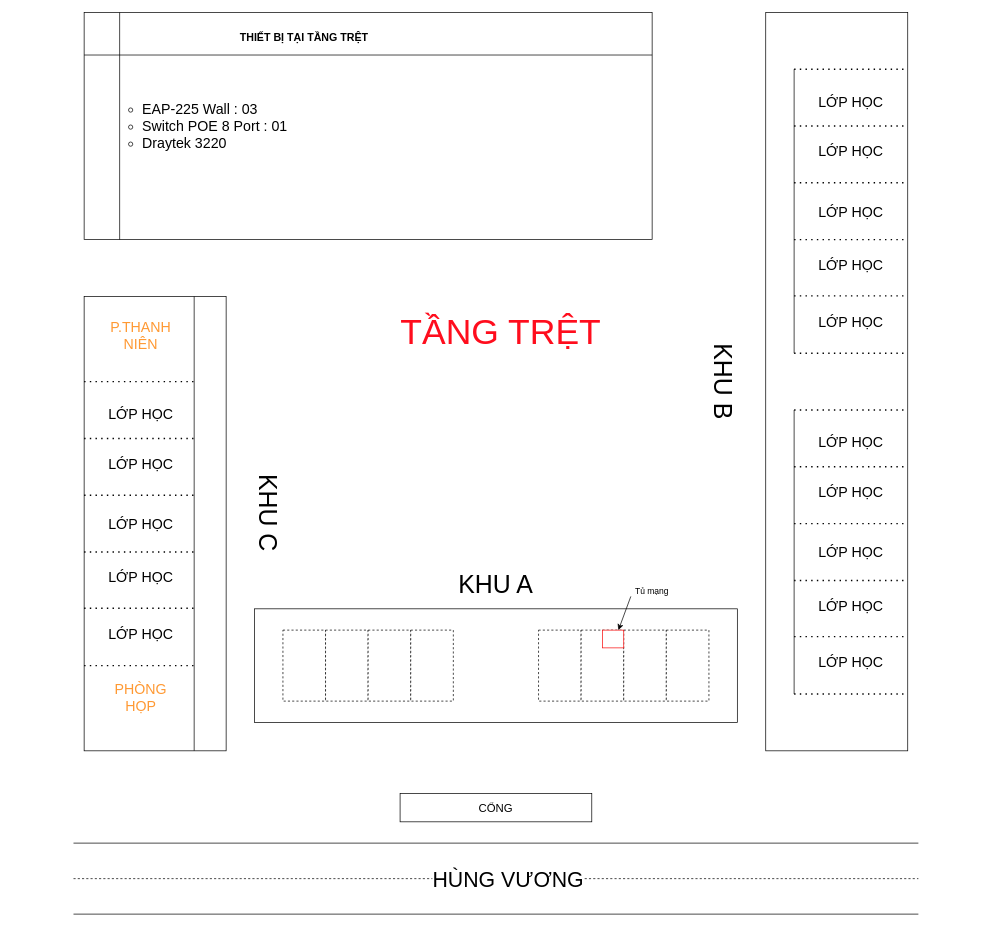
Above: Biểu đồ không có tiêu đề.drawio in TroiNguy3n/nguyendinhchieu (draw.io), before the change. Source tidied: cells renumbered, new cells numbered last; positions are measured from the earlier drawing's top-left corner, leaving out a move shared by most shapes. Both pictures are drawn from the tidied source at 71%, with x=0, y=0 at pixel (73, 12).
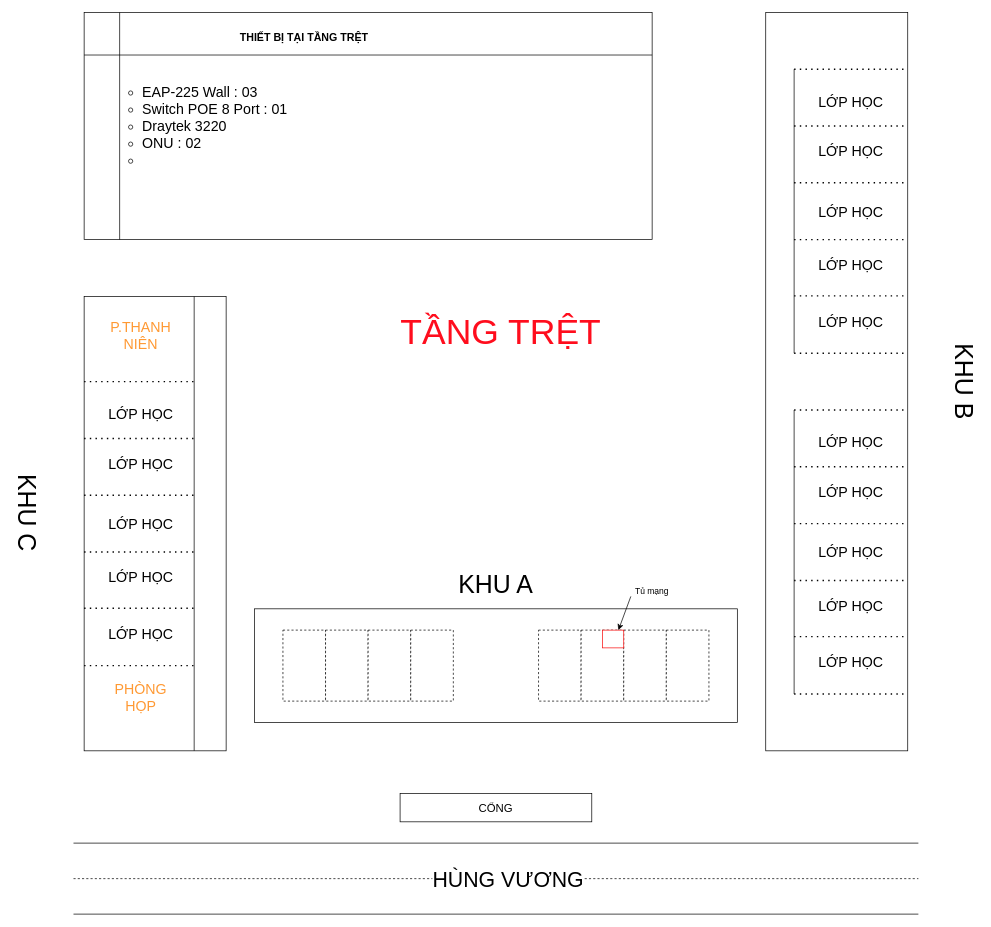
The same page after the edit.

Commit message:
Cập nhật Biểu đồ không có tiêu đề.drawio

Change to the diagram source:
```diff
@@
     <mxCell id="19" value="&lt;font style=&quot;font-size: 35px;&quot;&gt;KHU C&lt;/font&gt;" style="text;html=1;strokeColor=none;fillColor=none;align=center;verticalAlign=middle;whiteSpace=wrap;rounded=0;rotation=90;" parent="1" vertex="1">
-      <mxGeometry x="215" y="690" width="120" height="30" as="geometry" />
+      <mxGeometry x="-125" y="690" width="120" height="30" as="geometry" />
     </mxCell>
     <mxCell id="20" value="&lt;font style=&quot;font-size: 35px;&quot;&gt;KHU B&lt;/font&gt;" style="text;html=1;strokeColor=none;fillColor=none;align=center;verticalAlign=middle;whiteSpace=wrap;rounded=0;rotation=90;" parent="1" vertex="1">
-      <mxGeometry x="855" y="505" width="120" height="30" as="geometry" />
+      <mxGeometry x="1195" y="505" width="120" height="30" as="geometry" />
     </mxCell>
@@
-    <mxCell id="64" value="&lt;ol style=&quot;font-size: 20px;&quot;&gt;&lt;ul&gt;&lt;li&gt;&lt;span style=&quot;background-color: initial;&quot;&gt;EAP-225 Wall : 03&lt;/span&gt;&lt;/li&gt;&lt;li&gt;&lt;span style=&quot;background-color: initial;&quot;&gt;Switch POE 8 Port : 01&lt;/span&gt;&lt;/li&gt;&lt;li&gt;&lt;span style=&quot;background-color: initial;&quot;&gt;Draytek 3220&lt;/span&gt;&lt;/li&gt;&lt;/ul&gt;&lt;/ol&gt;" style="shape=internalStorage;whiteSpace=wrap;html=1;backgroundOutline=1;dx=50;dy=60;align=left;" parent="1" vertex="1">
+    <mxCell id="64" value="&lt;ol style=&quot;font-size: 20px;&quot;&gt;&lt;ul&gt;&lt;li&gt;&lt;span style=&quot;background-color: initial;&quot;&gt;EAP-225 Wall : 03&lt;/span&gt;&lt;/li&gt;&lt;li&gt;&lt;span style=&quot;background-color: initial;&quot;&gt;Switch POE 8 Port : 01&lt;/span&gt;&lt;/li&gt;&lt;li&gt;&lt;span style=&quot;background-color: initial;&quot;&gt;Draytek 3220&lt;/span&gt;&lt;/li&gt;&lt;li&gt;&lt;span style=&quot;background-color: initial;&quot;&gt;ONU : 02&lt;/span&gt;&lt;/li&gt;&lt;li&gt;&lt;span style=&quot;background-color: initial;&quot;&gt;&lt;br&gt;&lt;/span&gt;&lt;/li&gt;&lt;/ul&gt;&lt;/ol&gt;" style="shape=internalStorage;whiteSpace=wrap;html=1;backgroundOutline=1;dx=50;dy=60;align=left;" parent="1" vertex="1">
       <mxGeometry x="15" width="800" height="320" as="geometry" />
     </mxCell>
```
